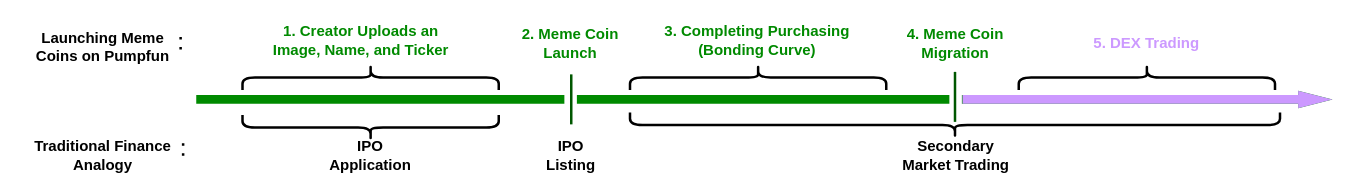
Earlier version of the draw.io diagram diagram/timeline.drawio (lyc0603/meme). Source tidied: cells renumbered, new cells numbered last; positions are measured from the earlier drawing's top-left corner, leaving out a move shared by most shapes. Both pictures are drawn from the tidied source at 125%, with x=0, y=0 at pixel (21, -201).
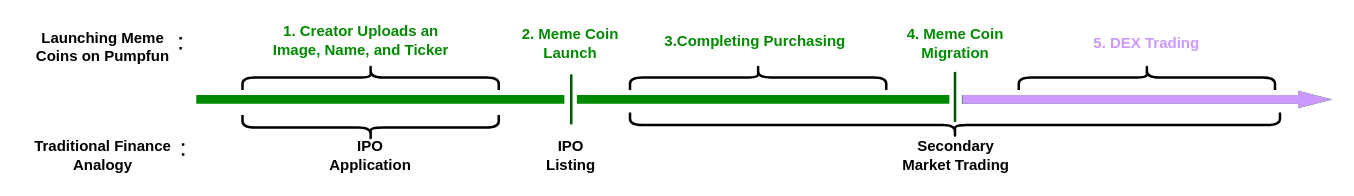
The same page after the edit.

Commit message (it also covers changes not shown here):
correct timeline bc issue

The edit, as a diff of the source:
```diff
@@
-    <mxCell id="8" value="3. Completing&amp;nbsp;&lt;span style=&quot;background-color: transparent; color: light-dark(rgb(0, 138, 0), rgb(67, 186, 67));&quot;&gt;Purchasing (Bonding Curve)&lt;/span&gt;" style="text;html=1;align=center;verticalAlign=middle;whiteSpace=wrap;rounded=0;fontColor=#008A00;fontStyle=1;" parent="1" vertex="1">
-      <mxGeometry x="512.3" y="177.5" width="153.4" height="30" as="geometry" />
+    <mxCell id="8" value="3.Completing&amp;nbsp;&lt;span style=&quot;background-color: transparent; color: light-dark(rgb(0, 138, 0), rgb(67, 186, 67));&quot;&gt;Purchasing&amp;nbsp;&lt;/span&gt;" style="text;html=1;align=center;verticalAlign=middle;whiteSpace=wrap;rounded=0;fontColor=#008A00;fontStyle=1;" parent="1" vertex="1">
+      <mxGeometry x="512.3" y="180" width="153.4" height="27.5" as="geometry" />
     </mxCell>
```
